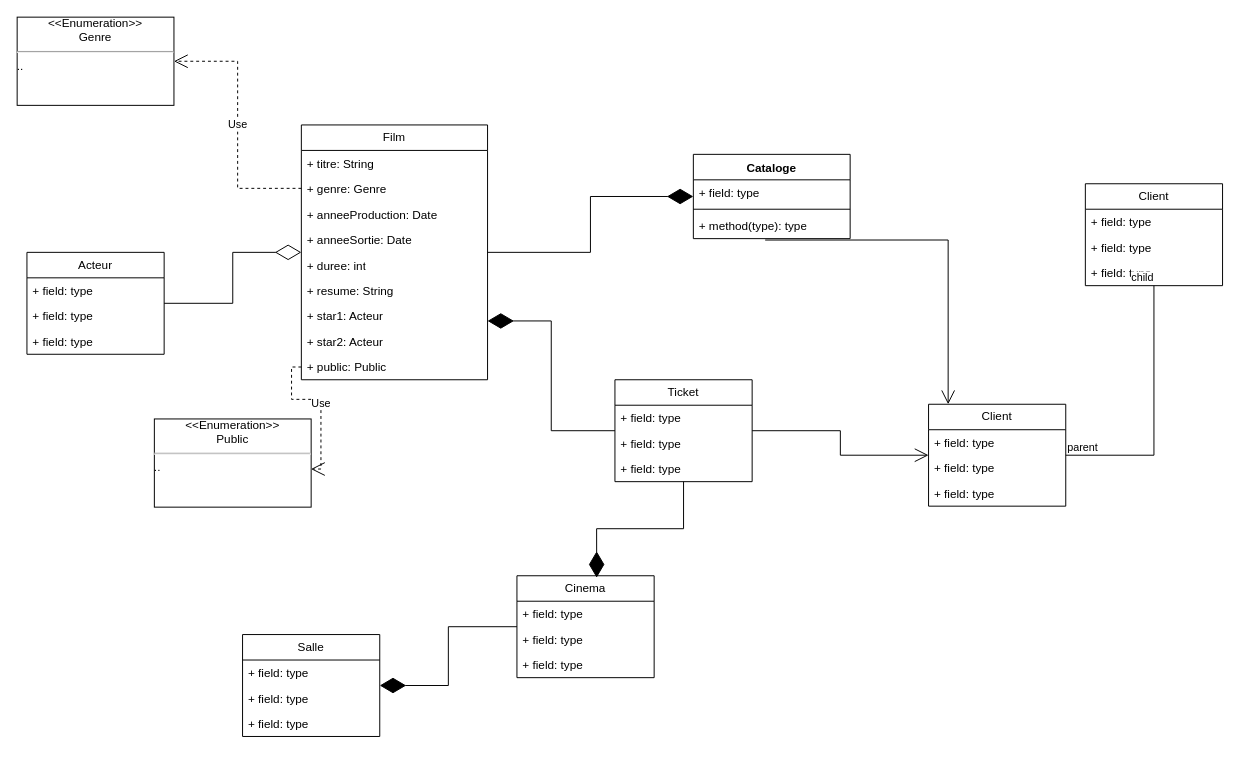
Earlier version of the draw.io diagram class2.drawio (chouaibKr0/ProjetGL). Source tidied: cells renumbered, new cells numbered last; positions are measured from the earlier drawing's top-left corner, leaving out a move shared by most shapes. Both pictures are drawn from the tidied source at 98%, with x=0, y=0 at pixel (17, 17).
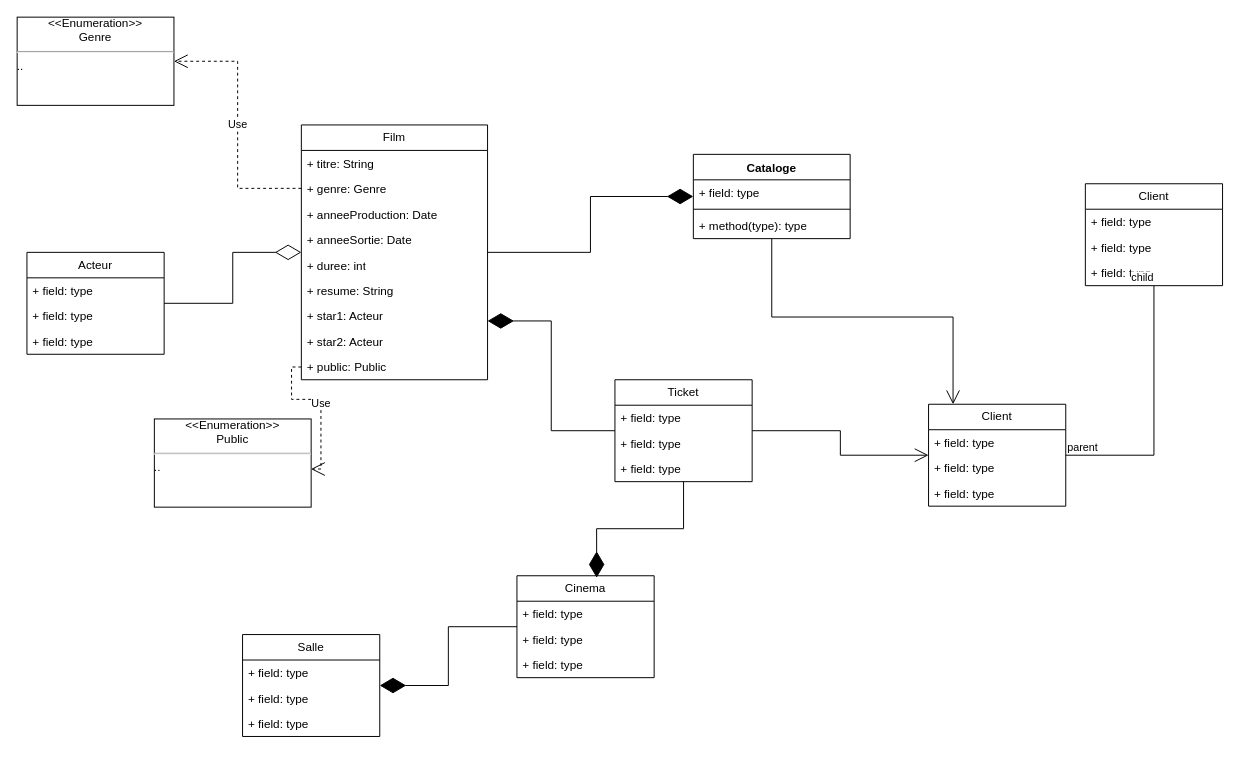
The same diagram, later.

Unchanged cells that the change refers to:
```xml
<mxCell id="21" value="Cataloge" style="swimlane;fontStyle=1;align=center;verticalAlign=top;horizontal=1;startSize=26;whiteSpace=wrap;html=1;" parent="1" vertex="1">
  <mxGeometry x="690" y="140" width="160" height="86" as="geometry" />
</mxCell>
<mxCell id="24" value="+ method(type): type" style="text;strokeColor=none;fillColor=none;align=left;verticalAlign=top;spacingLeft=4;spacingRight=4;overflow=hidden;points=[[0,0.5],[1,0.5]];portConstraint=eastwest;whiteSpace=wrap;html=1;" parent="21" vertex="1">
  <mxGeometry y="60" width="160" height="26" as="geometry" />
</mxCell>
<mxCell id="41" value="Client" style="swimlane;fontStyle=0;horizontal=1;startSize=26;fillColor=none;whiteSpace=wrap;html=1;" parent="1" vertex="1">
  <mxGeometry x="930" y="395" width="140" height="104" as="geometry" />
</mxCell>
```

Diff of the diagram source:
```diff
@@
-    <mxCell id="53" style="endArrow=open;endFill=1;endSize=12;html=1;rounded=0;exitX=0.458;exitY=1.055;exitDx=0;exitDy=0;exitPerimeter=0;edgeStyle=orthogonalEdgeStyle;" parent="1" edge="1" source="24" target="41">
+    <mxCell id="53" style="endArrow=open;endFill=1;endSize=12;html=1;rounded=0;edgeStyle=orthogonalEdgeStyle;" parent="1" edge="1" source="21" target="41">
       <mxGeometry relative="1" as="geometry">
         <Array as="points">
-          <mxPoint x="950" y="227" />
+          <mxPoint x="770" y="306" />
+          <mxPoint x="955" y="306" />
         </Array>
       </mxGeometry>
     </mxCell>
```
